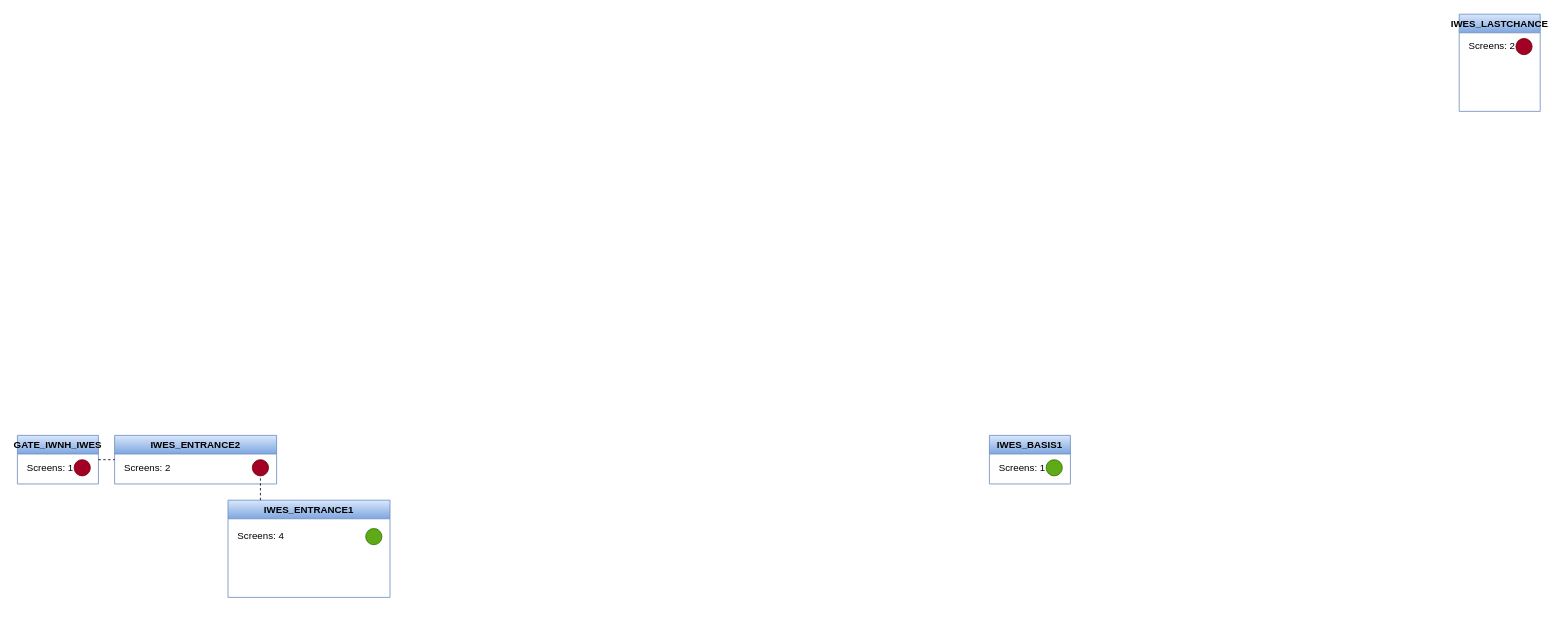
Before: page "Encapsulated Systems" (3 of 3) of bonus/Regions.drawio in TabbyFlux/Implicit-Worlds, a draw.io diagram. Source tidied: cells renumbered, new cells numbered last; positions are measured from the earlier drawing's top-left corner, leaving out a move shared by most shapes. Both pictures are drawn from the tidied source at 81%, with x=0, y=0 at pixel (17, 14).
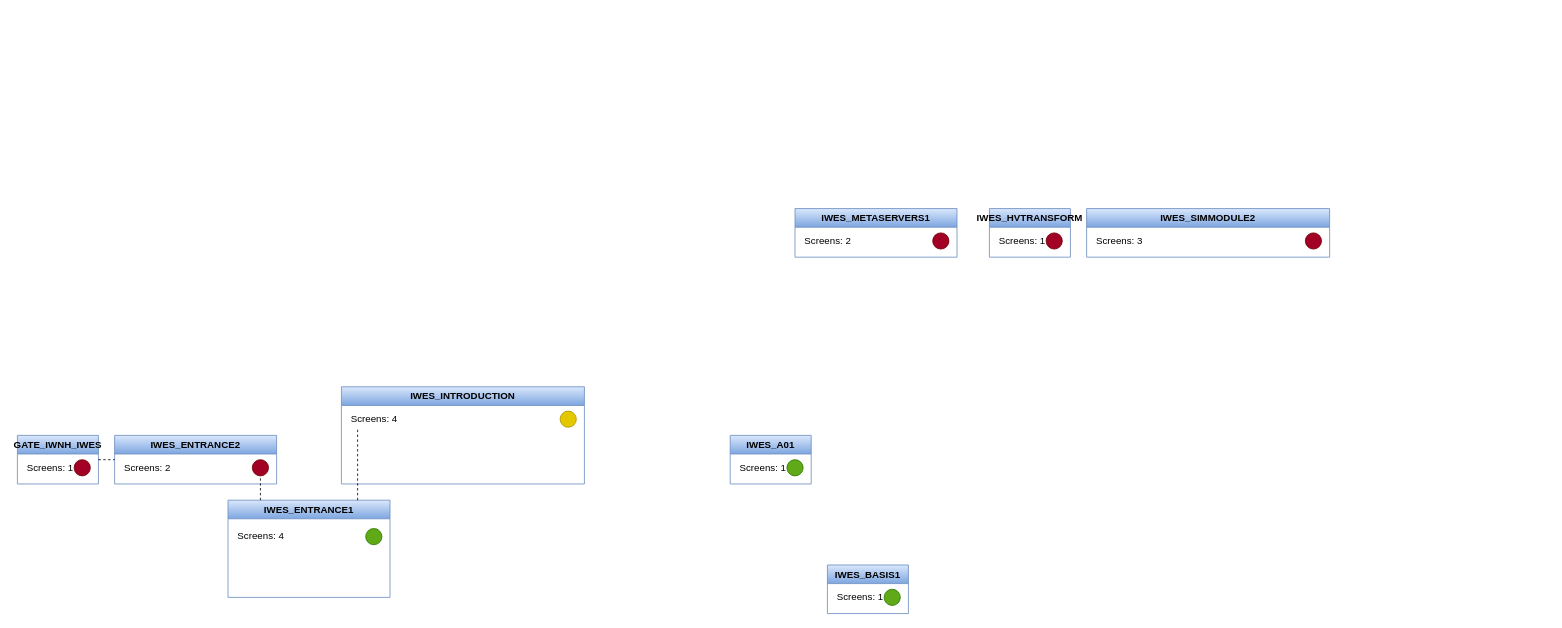
After the change.

The change refers to these unchanged cells:
```xml
<mxCell id="2" value="IWES_ENTRANCE1" style="swimlane;whiteSpace=wrap;html=1;fillColor=#dae8fc;gradientColor=#7ea6e0;strokeColor=#6c8ebf;" parent="1" vertex="1">
  <mxGeometry x="260" y="600" width="200" height="120" as="geometry" />
</mxCell>
```

Diff of the diagram source:
```diff
@@
     <mxCell id="5" value="IWES_BASIS1" style="swimlane;whiteSpace=wrap;html=1;fillColor=#dae8fc;gradientColor=#7ea6e0;strokeColor=#6c8ebf;" parent="1" vertex="1">
-      <mxGeometry x="1200" y="520" width="100" height="60" as="geometry" />
+      <mxGeometry x="1000" y="680" width="100" height="60" as="geometry" />
     </mxCell>
@@
-    <mxCell id="16" value="IWES_LASTCHANCE" style="swimlane;whiteSpace=wrap;html=1;fillColor=#dae8fc;gradientColor=#7ea6e0;strokeColor=#6c8ebf;" parent="1" vertex="1">
-      <mxGeometry x="1780" width="100" height="120" as="geometry" />
-    </mxCell>
+    <mxCell id="19" value="IWES_A01" style="swimlane;whiteSpace=wrap;html=1;fillColor=#dae8fc;gradientColor=#7ea6e0;strokeColor=#6c8ebf;" parent="1" vertex="1">
+      <mxGeometry x="880" y="520" width="100" height="60" as="geometry" />
+    </mxCell>
+    <mxCell id="20" value="Screens: 1" style="text;html=1;align=left;verticalAlign=middle;whiteSpace=wrap;rounded=0;" parent="19" vertex="1">
+      <mxGeometry x="10" y="25" width="60" height="30" as="geometry" />
+    </mxCell>
+    <mxCell id="21" style="ellipse;whiteSpace=wrap;html=1;fillColor=#60a917;strokeColor=#2D7600;fontColor=#ffffff;" parent="19" vertex="1">
+      <mxGeometry x="70" y="30" width="20" height="20" as="geometry" />
+    </mxCell>
+    <mxCell id="22" value="IWES_INTRODUCTION" style="swimlane;whiteSpace=wrap;html=1;fillColor=#dae8fc;gradientColor=#7ea6e0;strokeColor=#6c8ebf;" parent="1" vertex="1">
+      <mxGeometry x="400" y="460" width="300" height="120" as="geometry" />
+    </mxCell>
+    <mxCell id="23" value="Screens: 4" style="text;html=1;align=left;verticalAlign=middle;whiteSpace=wrap;rounded=0;" parent="22" vertex="1">
+      <mxGeometry x="10" y="25" width="70" height="30" as="geometry" />
+    </mxCell>
+    <mxCell id="24" style="ellipse;whiteSpace=wrap;html=1;fillColor=#e3c800;strokeColor=#B09500;fontColor=#000000;" parent="22" vertex="1">
+      <mxGeometry x="270" y="30" width="20" height="20" as="geometry" />
+    </mxCell>
+    <mxCell id="25" style="endArrow=none;dashed=1;html=1;rounded=0;exitX=0.8;exitY=0;exitDx=0;exitDy=0;exitPerimeter=0;entryX=0.143;entryY=0.833;entryDx=0;entryDy=0;entryPerimeter=0;" parent="1" edge="1" source="2" target="23">
+      <mxGeometry relative="1" as="geometry" />
+    </mxCell>
+    <mxCell id="26" value="IWES_METASERVERS1" style="swimlane;whiteSpace=wrap;html=1;fillColor=#dae8fc;gradientColor=#7ea6e0;strokeColor=#6c8ebf;" parent="1" vertex="1">
+      <mxGeometry x="960" y="240" width="200" height="60" as="geometry" />
+    </mxCell>
-    <mxCell id="17" value="Screens: 2" style="text;html=1;align=left;verticalAlign=middle;whiteSpace=wrap;rounded=0;" parent="16" vertex="1">
-      <mxGeometry x="10" y="25" width="60" height="30" as="geometry" />
+    <mxCell id="17" value="Screens: 2" style="text;html=1;align=left;verticalAlign=middle;whiteSpace=wrap;rounded=0;" parent="26" vertex="1">
+      <mxGeometry x="10" y="25" width="70" height="30" as="geometry" />
     </mxCell>
+    <mxCell id="27" style="ellipse;whiteSpace=wrap;html=1;fillColor=#a20025;strokeColor=#6F0000;fontColor=#ffffff;" parent="26" vertex="1">
+      <mxGeometry x="170" y="30" width="20" height="20" as="geometry" />
+    </mxCell>
+    <mxCell id="28" value="IWES_HVTRANSFORM" style="swimlane;whiteSpace=wrap;html=1;fillColor=#dae8fc;gradientColor=#7ea6e0;strokeColor=#6c8ebf;" parent="1" vertex="1">
+      <mxGeometry x="1200" y="240" width="100" height="60" as="geometry" />
+    </mxCell>
+    <mxCell id="29" value="Screens: 1" style="text;html=1;align=left;verticalAlign=middle;whiteSpace=wrap;rounded=0;" parent="28" vertex="1">
+      <mxGeometry x="10" y="25" width="60" height="30" as="geometry" />
+    </mxCell>
-    <mxCell id="18" style="ellipse;whiteSpace=wrap;html=1;fillColor=#a20025;strokeColor=#6F0000;fontColor=#ffffff;" parent="16" vertex="1">
+    <mxCell id="18" style="ellipse;whiteSpace=wrap;html=1;fillColor=#a20025;strokeColor=#6F0000;fontColor=#ffffff;" parent="28" vertex="1">
       <mxGeometry x="70" y="30" width="20" height="20" as="geometry" />
     </mxCell>
+    <mxCell id="30" value="IWES_SIMMODULE2" style="swimlane;whiteSpace=wrap;html=1;fillColor=#dae8fc;gradientColor=#7ea6e0;strokeColor=#6c8ebf;" parent="1" vertex="1">
+      <mxGeometry x="1320" y="240" width="300" height="60" as="geometry" />
+    </mxCell>
+    <mxCell id="31" value="Screens: 3" style="text;html=1;align=left;verticalAlign=middle;whiteSpace=wrap;rounded=0;" parent="30" vertex="1">
+      <mxGeometry x="10" y="25" width="70" height="30" as="geometry" />
+    </mxCell>
+    <mxCell id="32" style="ellipse;whiteSpace=wrap;html=1;fillColor=#a20025;strokeColor=#6F0000;fontColor=#ffffff;" parent="30" vertex="1">
+      <mxGeometry x="270" y="30" width="20" height="20" as="geometry" />
+    </mxCell>
```
